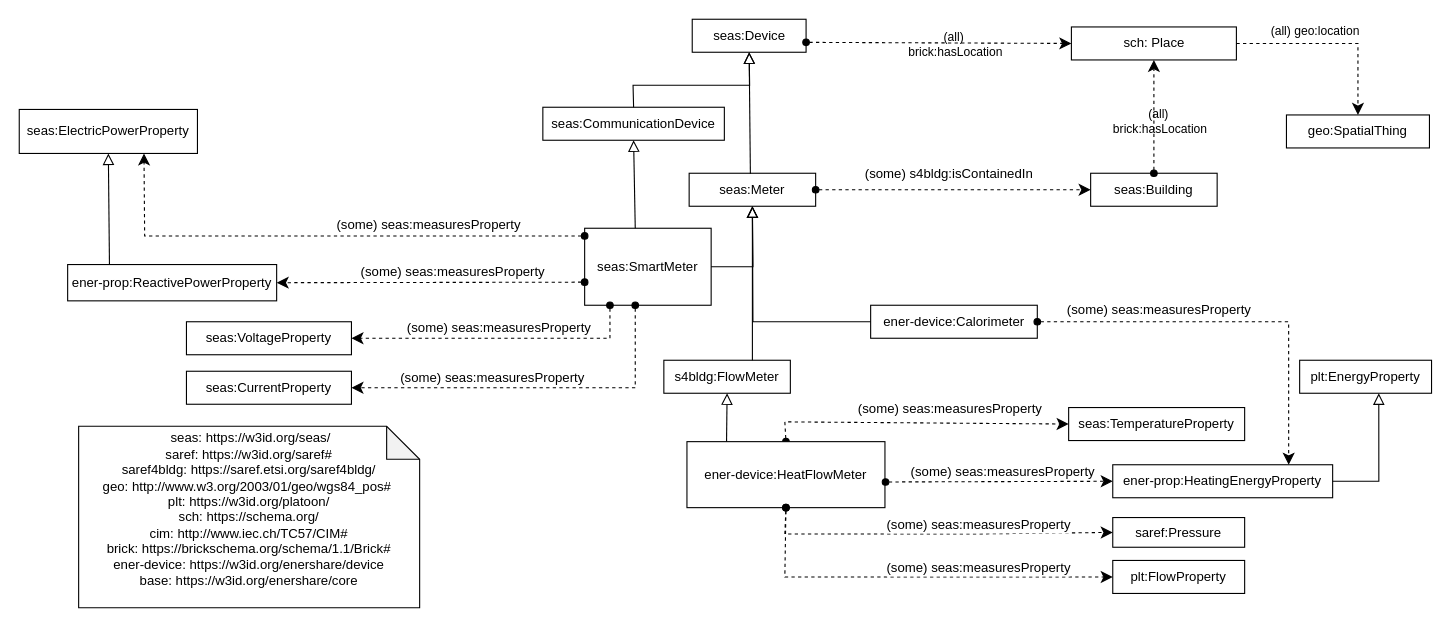
The draw.io diagram page "Meter" (1 of 10) of SDMPilotsDiagrams/Harmonized-SDM-pilot3-V1.7.drawio in EnershareProject/EnershareOntologies, before the edit. Source tidied: cells renumbered, new cells numbered last; positions are measured from the earlier drawing's top-left corner, leaving out a move shared by most shapes. Both pictures are drawn from the tidied source at 110%, with x=0, y=0 at pixel (19, 19).
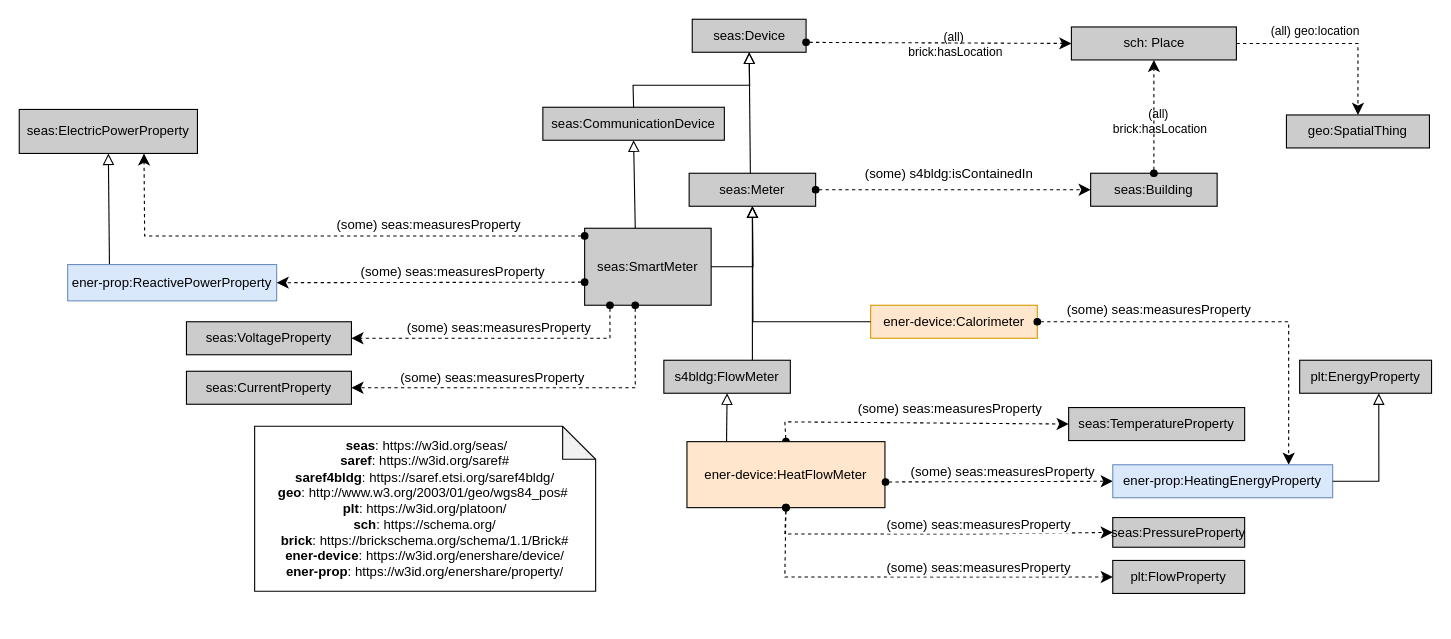
The same diagram, later.

Change to the diagram source:
```diff
@@
-    <mxCell id="2" value="seas:Device" style="rounded=0;whiteSpace=wrap;html=1;snapToPoint=1;points=[[0.1,0],[0.2,0],[0.3,0],[0.4,0],[0.5,0],[0.6,0],[0.7,0],[0.8,0],[0.9,0],[0,0.1],[0,0.3],[0,0.5],[0,0.7],[0,0.9],[0.1,1],[0.2,1],[0.3,1],[0.4,1],[0.5,1],[0.6,1],[0.7,1],[0.8,1],[0.9,1],[1,0.1],[1,0.3],[1,0.5],[1,0.7],[1,0.9]];labelBackgroundColor=none;" parent="1" vertex="1">
+    <mxCell id="2" value="seas:Device" style="rounded=0;whiteSpace=wrap;html=1;snapToPoint=1;points=[[0.1,0],[0.2,0],[0.3,0],[0.4,0],[0.5,0],[0.6,0],[0.7,0],[0.8,0],[0.9,0],[0,0.1],[0,0.3],[0,0.5],[0,0.7],[0,0.9],[0.1,1],[0.2,1],[0.3,1],[0.4,1],[0.5,1],[0.6,1],[0.7,1],[0.8,1],[0.9,1],[1,0.1],[1,0.3],[1,0.5],[1,0.7],[1,0.9]];labelBackgroundColor=none;fillColor=#CCCCCC;" parent="1" vertex="1">
       <mxGeometry x="611.8" width="103.5" height="30" as="geometry" />
     </mxCell>
-    <mxCell id="3" value="seas:Meter" style="rounded=0;whiteSpace=wrap;html=1;snapToPoint=1;points=[[0.1,0],[0.2,0],[0.3,0],[0.4,0],[0.5,0],[0.6,0],[0.7,0],[0.8,0],[0.9,0],[0,0.1],[0,0.3],[0,0.5],[0,0.7],[0,0.9],[0.1,1],[0.2,1],[0.3,1],[0.4,1],[0.5,1],[0.6,1],[0.7,1],[0.8,1],[0.9,1],[1,0.1],[1,0.3],[1,0.5],[1,0.7],[1,0.9]];labelBackgroundColor=none;" parent="1" vertex="1">
+    <mxCell id="3" value="seas:Meter" style="rounded=0;whiteSpace=wrap;html=1;snapToPoint=1;points=[[0.1,0],[0.2,0],[0.3,0],[0.4,0],[0.5,0],[0.6,0],[0.7,0],[0.8,0],[0.9,0],[0,0.1],[0,0.3],[0,0.5],[0,0.7],[0,0.9],[0.1,1],[0.2,1],[0.3,1],[0.4,1],[0.5,1],[0.6,1],[0.7,1],[0.8,1],[0.9,1],[1,0.1],[1,0.3],[1,0.5],[1,0.7],[1,0.9]];labelBackgroundColor=none;fillColor=#CCCCCC;" parent="1" vertex="1">
       <mxGeometry x="609" y="140" width="115" height="30" as="geometry" />
     </mxCell>
@@
-    <mxCell id="7" value="seas:SmartMeter" style="rounded=0;whiteSpace=wrap;html=1;snapToPoint=1;points=[[0.1,0],[0.2,0],[0.3,0],[0.4,0],[0.5,0],[0.6,0],[0.7,0],[0.8,0],[0.9,0],[0,0.1],[0,0.3],[0,0.5],[0,0.7],[0,0.9],[0.1,1],[0.2,1],[0.3,1],[0.4,1],[0.5,1],[0.6,1],[0.7,1],[0.8,1],[0.9,1],[1,0.1],[1,0.3],[1,0.5],[1,0.7],[1,0.9]];labelBackgroundColor=none;" parent="1" vertex="1">
+    <mxCell id="7" value="seas:SmartMeter" style="rounded=0;whiteSpace=wrap;html=1;snapToPoint=1;points=[[0.1,0],[0.2,0],[0.3,0],[0.4,0],[0.5,0],[0.6,0],[0.7,0],[0.8,0],[0.9,0],[0,0.1],[0,0.3],[0,0.5],[0,0.7],[0,0.9],[0.1,1],[0.2,1],[0.3,1],[0.4,1],[0.5,1],[0.6,1],[0.7,1],[0.8,1],[0.9,1],[1,0.1],[1,0.3],[1,0.5],[1,0.7],[1,0.9]];labelBackgroundColor=none;fillColor=#CCCCCC;" parent="1" vertex="1">
       <mxGeometry x="514" y="190" width="115" height="70" as="geometry" />
     </mxCell>
-    <mxCell id="8" value="seas:CommunicationDevice" style="rounded=0;whiteSpace=wrap;html=1;snapToPoint=1;points=[[0.1,0],[0.2,0],[0.3,0],[0.4,0],[0.5,0],[0.6,0],[0.7,0],[0.8,0],[0.9,0],[0,0.1],[0,0.3],[0,0.5],[0,0.7],[0,0.9],[0.1,1],[0.2,1],[0.3,1],[0.4,1],[0.5,1],[0.6,1],[0.7,1],[0.8,1],[0.9,1],[1,0.1],[1,0.3],[1,0.5],[1,0.7],[1,0.9]];labelBackgroundColor=none;" parent="1" vertex="1">
+    <mxCell id="8" value="seas:CommunicationDevice" style="rounded=0;whiteSpace=wrap;html=1;snapToPoint=1;points=[[0.1,0],[0.2,0],[0.3,0],[0.4,0],[0.5,0],[0.6,0],[0.7,0],[0.8,0],[0.9,0],[0,0.1],[0,0.3],[0,0.5],[0,0.7],[0,0.9],[0.1,1],[0.2,1],[0.3,1],[0.4,1],[0.5,1],[0.6,1],[0.7,1],[0.8,1],[0.9,1],[1,0.1],[1,0.3],[1,0.5],[1,0.7],[1,0.9]];labelBackgroundColor=none;fillColor=#CCCCCC;" parent="1" vertex="1">
       <mxGeometry x="476" y="80" width="165" height="30" as="geometry" />
     </mxCell>
@@
-    <mxCell id="11" value="s4bldg:FlowMeter" style="rounded=0;whiteSpace=wrap;html=1;snapToPoint=1;points=[[0.1,0],[0.2,0],[0.3,0],[0.4,0],[0.5,0],[0.6,0],[0.7,0],[0.8,0],[0.9,0],[0,0.1],[0,0.3],[0,0.5],[0,0.7],[0,0.9],[0.1,1],[0.2,1],[0.3,1],[0.4,1],[0.5,1],[0.6,1],[0.7,1],[0.8,1],[0.9,1],[1,0.1],[1,0.3],[1,0.5],[1,0.7],[1,0.9]];labelBackgroundColor=none;" parent="1" vertex="1">
+    <mxCell id="11" value="s4bldg:FlowMeter" style="rounded=0;whiteSpace=wrap;html=1;snapToPoint=1;points=[[0.1,0],[0.2,0],[0.3,0],[0.4,0],[0.5,0],[0.6,0],[0.7,0],[0.8,0],[0.9,0],[0,0.1],[0,0.3],[0,0.5],[0,0.7],[0,0.9],[0.1,1],[0.2,1],[0.3,1],[0.4,1],[0.5,1],[0.6,1],[0.7,1],[0.8,1],[0.9,1],[1,0.1],[1,0.3],[1,0.5],[1,0.7],[1,0.9]];labelBackgroundColor=none;fillColor=#CCCCCC;" parent="1" vertex="1">
       <mxGeometry x="586" y="310" width="115" height="30" as="geometry" />
     </mxCell>
@@
-    <mxCell id="14" value="ener-device:HeatFlowMeter" style="rounded=0;whiteSpace=wrap;html=1;snapToPoint=1;points=[[0.1,0],[0.2,0],[0.3,0],[0.4,0],[0.5,0],[0.6,0],[0.7,0],[0.8,0],[0.9,0],[0,0.1],[0,0.3],[0,0.5],[0,0.7],[0,0.9],[0.1,1],[0.2,1],[0.3,1],[0.4,1],[0.5,1],[0.6,1],[0.7,1],[0.8,1],[0.9,1],[1,0.1],[1,0.3],[1,0.5],[1,0.7],[1,0.9]];" parent="1" vertex="1">
+    <mxCell id="14" value="ener-device:HeatFlowMeter" style="rounded=0;whiteSpace=wrap;html=1;snapToPoint=1;points=[[0.1,0],[0.2,0],[0.3,0],[0.4,0],[0.5,0],[0.6,0],[0.7,0],[0.8,0],[0.9,0],[0,0.1],[0,0.3],[0,0.5],[0,0.7],[0,0.9],[0.1,1],[0.2,1],[0.3,1],[0.4,1],[0.5,1],[0.6,1],[0.7,1],[0.8,1],[0.9,1],[1,0.1],[1,0.3],[1,0.5],[1,0.7],[1,0.9]];fillColor=#FFE6CC;" parent="1" vertex="1">
       <mxGeometry x="607" y="384" width="180" height="60" as="geometry" />
     </mxCell>
-    <mxCell id="15" value="seas:TemperatureProperty" style="rounded=0;whiteSpace=wrap;html=1;snapToPoint=1;points=[[0.1,0],[0.2,0],[0.3,0],[0.4,0],[0.5,0],[0.6,0],[0.7,0],[0.8,0],[0.9,0],[0,0.1],[0,0.3],[0,0.5],[0,0.7],[0,0.9],[0.1,1],[0.2,1],[0.3,1],[0.4,1],[0.5,1],[0.6,1],[0.7,1],[0.8,1],[0.9,1],[1,0.1],[1,0.3],[1,0.5],[1,0.7],[1,0.9]];labelBackgroundColor=none;" parent="1" vertex="1">
+    <mxCell id="15" value="seas:TemperatureProperty" style="rounded=0;whiteSpace=wrap;html=1;snapToPoint=1;points=[[0.1,0],[0.2,0],[0.3,0],[0.4,0],[0.5,0],[0.6,0],[0.7,0],[0.8,0],[0.9,0],[0,0.1],[0,0.3],[0,0.5],[0,0.7],[0,0.9],[0.1,1],[0.2,1],[0.3,1],[0.4,1],[0.5,1],[0.6,1],[0.7,1],[0.8,1],[0.9,1],[1,0.1],[1,0.3],[1,0.5],[1,0.7],[1,0.9]];labelBackgroundColor=none;fillColor=#CCCCCC;" parent="1" vertex="1">
       <mxGeometry x="954" y="353" width="160" height="30" as="geometry" />
     </mxCell>
-    <mxCell id="16" value="plt:EnergyProperty" style="rounded=0;whiteSpace=wrap;html=1;snapToPoint=1;points=[[0.1,0],[0.2,0],[0.3,0],[0.4,0],[0.5,0],[0.6,0],[0.7,0],[0.8,0],[0.9,0],[0,0.1],[0,0.3],[0,0.5],[0,0.7],[0,0.9],[0.1,1],[0.2,1],[0.3,1],[0.4,1],[0.5,1],[0.6,1],[0.7,1],[0.8,1],[0.9,1],[1,0.1],[1,0.3],[1,0.5],[1,0.7],[1,0.9]];labelBackgroundColor=none;" parent="1" vertex="1">
+    <mxCell id="16" value="plt:EnergyProperty" style="rounded=0;whiteSpace=wrap;html=1;snapToPoint=1;points=[[0.1,0],[0.2,0],[0.3,0],[0.4,0],[0.5,0],[0.6,0],[0.7,0],[0.8,0],[0.9,0],[0,0.1],[0,0.3],[0,0.5],[0,0.7],[0,0.9],[0.1,1],[0.2,1],[0.3,1],[0.4,1],[0.5,1],[0.6,1],[0.7,1],[0.8,1],[0.9,1],[1,0.1],[1,0.3],[1,0.5],[1,0.7],[1,0.9]];labelBackgroundColor=none;fillColor=#CCCCCC;" parent="1" vertex="1">
       <mxGeometry x="1164" y="310" width="119.9" height="30" as="geometry" />
     </mxCell>
-    <mxCell id="17" value="saref:Pressure" style="rounded=0;whiteSpace=wrap;html=1;snapToPoint=1;points=[[0.1,0],[0.2,0],[0.3,0],[0.4,0],[0.5,0],[0.6,0],[0.7,0],[0.8,0],[0.9,0],[0,0.1],[0,0.3],[0,0.5],[0,0.7],[0,0.9],[0.1,1],[0.2,1],[0.3,1],[0.4,1],[0.5,1],[0.6,1],[0.7,1],[0.8,1],[0.9,1],[1,0.1],[1,0.3],[1,0.5],[1,0.7],[1,0.9]];" parent="1" vertex="1">
+    <mxCell id="17" value="seas:PressureProperty" style="rounded=0;whiteSpace=wrap;html=1;snapToPoint=1;points=[[0.1,0],[0.2,0],[0.3,0],[0.4,0],[0.5,0],[0.6,0],[0.7,0],[0.8,0],[0.9,0],[0,0.1],[0,0.3],[0,0.5],[0,0.7],[0,0.9],[0.1,1],[0.2,1],[0.3,1],[0.4,1],[0.5,1],[0.6,1],[0.7,1],[0.8,1],[0.9,1],[1,0.1],[1,0.3],[1,0.5],[1,0.7],[1,0.9]];fillColor=#CCCCCC;" parent="1" vertex="1">
       <mxGeometry x="994.1" y="453" width="119.9" height="27" as="geometry" />
     </mxCell>
@@
-    <mxCell id="22" value="seas:ElectricPowerProperty" style="rounded=0;whiteSpace=wrap;html=1;snapToPoint=1;points=[[0.1,0],[0.2,0],[0.3,0],[0.4,0],[0.5,0],[0.6,0],[0.7,0],[0.8,0],[0.9,0],[0,0.1],[0,0.3],[0,0.5],[0,0.7],[0,0.9],[0.1,1],[0.2,1],[0.3,1],[0.4,1],[0.5,1],[0.6,1],[0.7,1],[0.8,1],[0.9,1],[1,0.1],[1,0.3],[1,0.5],[1,0.7],[1,0.9]];labelBackgroundColor=none;" parent="1" vertex="1">
+    <mxCell id="22" value="seas:ElectricPowerProperty" style="rounded=0;whiteSpace=wrap;html=1;snapToPoint=1;points=[[0.1,0],[0.2,0],[0.3,0],[0.4,0],[0.5,0],[0.6,0],[0.7,0],[0.8,0],[0.9,0],[0,0.1],[0,0.3],[0,0.5],[0,0.7],[0,0.9],[0.1,1],[0.2,1],[0.3,1],[0.4,1],[0.5,1],[0.6,1],[0.7,1],[0.8,1],[0.9,1],[1,0.1],[1,0.3],[1,0.5],[1,0.7],[1,0.9]];labelBackgroundColor=none;fillColor=#CCCCCC;" parent="1" vertex="1">
       <mxGeometry y="82" width="162" height="40" as="geometry" />
     </mxCell>
-    <mxCell id="23" value="seas:VoltageProperty" style="rounded=0;whiteSpace=wrap;html=1;snapToPoint=1;points=[[0.1,0],[0.2,0],[0.3,0],[0.4,0],[0.5,0],[0.6,0],[0.7,0],[0.8,0],[0.9,0],[0,0.1],[0,0.3],[0,0.5],[0,0.7],[0,0.9],[0.1,1],[0.2,1],[0.3,1],[0.4,1],[0.5,1],[0.6,1],[0.7,1],[0.8,1],[0.9,1],[1,0.1],[1,0.3],[1,0.5],[1,0.7],[1,0.9]];labelBackgroundColor=none;" parent="1" vertex="1">
+    <mxCell id="23" value="seas:VoltageProperty" style="rounded=0;whiteSpace=wrap;html=1;snapToPoint=1;points=[[0.1,0],[0.2,0],[0.3,0],[0.4,0],[0.5,0],[0.6,0],[0.7,0],[0.8,0],[0.9,0],[0,0.1],[0,0.3],[0,0.5],[0,0.7],[0,0.9],[0.1,1],[0.2,1],[0.3,1],[0.4,1],[0.5,1],[0.6,1],[0.7,1],[0.8,1],[0.9,1],[1,0.1],[1,0.3],[1,0.5],[1,0.7],[1,0.9]];labelBackgroundColor=none;fillColor=#CCCCCC;" parent="1" vertex="1">
       <mxGeometry x="152" y="275" width="150" height="30" as="geometry" />
     </mxCell>
-    <mxCell id="24" value="seas:CurrentProperty" style="rounded=0;whiteSpace=wrap;html=1;snapToPoint=1;points=[[0.1,0],[0.2,0],[0.3,0],[0.4,0],[0.5,0],[0.6,0],[0.7,0],[0.8,0],[0.9,0],[0,0.1],[0,0.3],[0,0.5],[0,0.7],[0,0.9],[0.1,1],[0.2,1],[0.3,1],[0.4,1],[0.5,1],[0.6,1],[0.7,1],[0.8,1],[0.9,1],[1,0.1],[1,0.3],[1,0.5],[1,0.7],[1,0.9]];labelBackgroundColor=none;" parent="1" vertex="1">
+    <mxCell id="24" value="seas:CurrentProperty" style="rounded=0;whiteSpace=wrap;html=1;snapToPoint=1;points=[[0.1,0],[0.2,0],[0.3,0],[0.4,0],[0.5,0],[0.6,0],[0.7,0],[0.8,0],[0.9,0],[0,0.1],[0,0.3],[0,0.5],[0,0.7],[0,0.9],[0.1,1],[0.2,1],[0.3,1],[0.4,1],[0.5,1],[0.6,1],[0.7,1],[0.8,1],[0.9,1],[1,0.1],[1,0.3],[1,0.5],[1,0.7],[1,0.9]];labelBackgroundColor=none;fillColor=#CCCCCC;" parent="1" vertex="1">
       <mxGeometry x="152" y="320" width="150" height="30" as="geometry" />
     </mxCell>
@@
-    <mxCell id="32" value="ener-prop:ReactivePowerProperty" style="rounded=0;whiteSpace=wrap;html=1;snapToPoint=1;points=[[0.1,0],[0.2,0],[0.3,0],[0.4,0],[0.5,0],[0.6,0],[0.7,0],[0.8,0],[0.9,0],[0,0.1],[0,0.3],[0,0.5],[0,0.7],[0,0.9],[0.1,1],[0.2,1],[0.3,1],[0.4,1],[0.5,1],[0.6,1],[0.7,1],[0.8,1],[0.9,1],[1,0.1],[1,0.3],[1,0.5],[1,0.7],[1,0.9]];labelBackgroundColor=none;" parent="1" vertex="1">
+    <mxCell id="32" value="ener-prop:ReactivePowerProperty" style="rounded=0;whiteSpace=wrap;html=1;snapToPoint=1;points=[[0.1,0],[0.2,0],[0.3,0],[0.4,0],[0.5,0],[0.6,0],[0.7,0],[0.8,0],[0.9,0],[0,0.1],[0,0.3],[0,0.5],[0,0.7],[0,0.9],[0.1,1],[0.2,1],[0.3,1],[0.4,1],[0.5,1],[0.6,1],[0.7,1],[0.8,1],[0.9,1],[1,0.1],[1,0.3],[1,0.5],[1,0.7],[1,0.9]];labelBackgroundColor=none;fillColor=#dae8fc;strokeColor=#6c8ebf;" parent="1" vertex="1">
       <mxGeometry x="44" y="223" width="190" height="33" as="geometry" />
     </mxCell>
@@
-    <mxCell id="35" value="ener-device:Calorimeter" style="rounded=0;whiteSpace=wrap;html=1;snapToPoint=1;points=[[0.1,0],[0.2,0],[0.3,0],[0.4,0],[0.5,0],[0.6,0],[0.7,0],[0.8,0],[0.9,0],[0,0.1],[0,0.3],[0,0.5],[0,0.7],[0,0.9],[0.1,1],[0.2,1],[0.3,1],[0.4,1],[0.5,1],[0.6,1],[0.7,1],[0.8,1],[0.9,1],[1,0.1],[1,0.3],[1,0.5],[1,0.7],[1,0.9]];labelBackgroundColor=none;" parent="1" vertex="1">
+    <mxCell id="35" value="ener-device:Calorimeter" style="rounded=0;whiteSpace=wrap;html=1;snapToPoint=1;points=[[0.1,0],[0.2,0],[0.3,0],[0.4,0],[0.5,0],[0.6,0],[0.7,0],[0.8,0],[0.9,0],[0,0.1],[0,0.3],[0,0.5],[0,0.7],[0,0.9],[0.1,1],[0.2,1],[0.3,1],[0.4,1],[0.5,1],[0.6,1],[0.7,1],[0.8,1],[0.9,1],[1,0.1],[1,0.3],[1,0.5],[1,0.7],[1,0.9]];labelBackgroundColor=none;fillColor=#ffe6cc;strokeColor=#d79b00;" parent="1" vertex="1">
       <mxGeometry x="774" y="260" width="151.5" height="30" as="geometry" />
     </mxCell>
@@
-    <mxCell id="39" value="plt:FlowProperty" style="rounded=0;whiteSpace=wrap;html=1;snapToPoint=1;points=[[0.1,0],[0.2,0],[0.3,0],[0.4,0],[0.5,0],[0.6,0],[0.7,0],[0.8,0],[0.9,0],[0,0.1],[0,0.3],[0,0.5],[0,0.7],[0,0.9],[0.1,1],[0.2,1],[0.3,1],[0.4,1],[0.5,1],[0.6,1],[0.7,1],[0.8,1],[0.9,1],[1,0.1],[1,0.3],[1,0.5],[1,0.7],[1,0.9]];" parent="1" vertex="1">
+    <mxCell id="39" value="plt:FlowProperty" style="rounded=0;whiteSpace=wrap;html=1;snapToPoint=1;points=[[0.1,0],[0.2,0],[0.3,0],[0.4,0],[0.5,0],[0.6,0],[0.7,0],[0.8,0],[0.9,0],[0,0.1],[0,0.3],[0,0.5],[0,0.7],[0,0.9],[0.1,1],[0.2,1],[0.3,1],[0.4,1],[0.5,1],[0.6,1],[0.7,1],[0.8,1],[0.9,1],[1,0.1],[1,0.3],[1,0.5],[1,0.7],[1,0.9]];fillColor=#CCCCCC;" parent="1" vertex="1">
       <mxGeometry x="994.1" y="492" width="119.9" height="30" as="geometry" />
     </mxCell>
@@
-    <mxCell id="43" value="ener-prop:HeatingEnergyProperty" style="rounded=0;whiteSpace=wrap;html=1;snapToPoint=1;points=[[0.1,0],[0.2,0],[0.3,0],[0.4,0],[0.5,0],[0.6,0],[0.7,0],[0.8,0],[0.9,0],[0,0.1],[0,0.3],[0,0.5],[0,0.7],[0,0.9],[0.1,1],[0.2,1],[0.3,1],[0.4,1],[0.5,1],[0.6,1],[0.7,1],[0.8,1],[0.9,1],[1,0.1],[1,0.3],[1,0.5],[1,0.7],[1,0.9]];" parent="1" vertex="1">
+    <mxCell id="43" value="ener-prop:HeatingEnergyProperty" style="rounded=0;whiteSpace=wrap;html=1;snapToPoint=1;points=[[0.1,0],[0.2,0],[0.3,0],[0.4,0],[0.5,0],[0.6,0],[0.7,0],[0.8,0],[0.9,0],[0,0.1],[0,0.3],[0,0.5],[0,0.7],[0,0.9],[0.1,1],[0.2,1],[0.3,1],[0.4,1],[0.5,1],[0.6,1],[0.7,1],[0.8,1],[0.9,1],[1,0.1],[1,0.3],[1,0.5],[1,0.7],[1,0.9]];fillColor=#dae8fc;strokeColor=#6c8ebf;" parent="1" vertex="1">
       <mxGeometry x="994.1" y="405" width="199.9" height="30" as="geometry" />
     </mxCell>
@@
-    <mxCell id="45" value="&lt;div&gt;&lt;/div&gt;&lt;div style=&quot;&quot;&gt;&lt;div style=&quot;border-color: var(--border-color);&quot;&gt;&lt;br&gt;&lt;/div&gt;&lt;div style=&quot;border-color: var(--border-color);&quot;&gt;&amp;nbsp;seas: https://w3id.org/seas/&lt;br style=&quot;border-color: var(--border-color);&quot;&gt;&lt;/div&gt;&lt;div style=&quot;border-color: var(--border-color);&quot;&gt;&lt;span style=&quot;border-color: var(--border-color); background-color: initial;&quot;&gt;saref: https://w3id.org/saref#&lt;/span&gt;&lt;/div&gt;&lt;div style=&quot;border-color: var(--border-color);&quot;&gt;&lt;span style=&quot;border-color: var(--border-color); background-color: initial;&quot;&gt;saref4bldg: https://saref.etsi.org/saref4bldg/&lt;/span&gt;&lt;/div&gt;&lt;div style=&quot;border-color: var(--border-color);&quot;&gt;&lt;span style=&quot;border-color: var(--border-color); background-color: initial;&quot;&gt;geo: http://www.w3.org/2003/01/geo/wgs84_pos#&amp;nbsp;&lt;br style=&quot;border-color: var(--border-color);&quot;&gt;&lt;/span&gt;&lt;/div&gt;&lt;div style=&quot;border-color: var(--border-color);&quot;&gt;&lt;span style=&quot;background-color: initial;&quot;&gt;plt: https://w3id.org/platoon/&lt;/span&gt;&lt;br&gt;&lt;/div&gt;&lt;div style=&quot;border-color: var(--border-color);&quot;&gt;&lt;div style=&quot;border-color: var(--border-color);&quot;&gt;&lt;div style=&quot;border-color: var(--border-color);&quot;&gt;sch: https://schema.org/&lt;/div&gt;&lt;div&gt;cim: http://www.iec.ch/TC57/CIM#&lt;br&gt;&lt;/div&gt;&lt;/div&gt;&lt;/div&gt;&lt;div style=&quot;border-color: var(--border-color);&quot;&gt;&lt;span style=&quot;background-color: initial;&quot;&gt;brick: https://brickschema.org/schema/1.1/Brick#&lt;br&gt;&lt;/span&gt;&lt;/div&gt;&lt;div style=&quot;border-color: var(--border-color);&quot;&gt;&lt;span style=&quot;background-color: initial;&quot;&gt;ener-device:&amp;nbsp;https://w3id.org/enershare/device&lt;/span&gt;&lt;br&gt;&lt;/div&gt;&lt;/div&gt;&lt;div style=&quot;&quot;&gt;&lt;div style=&quot;border-color: var(--border-color);&quot;&gt;&lt;div style=&quot;border-color: var(--border-color);&quot;&gt;&lt;span style=&quot;background-color: initial;&quot;&gt;base:&amp;nbsp;https://w3id.org/enershare/core&lt;/span&gt;&lt;br&gt;&lt;/div&gt;&lt;div style=&quot;border-color: var(--border-color);&quot;&gt;&lt;div style=&quot;border-color: var(--border-color);&quot;&gt;&lt;/div&gt;&lt;/div&gt;&lt;div&gt;&lt;br&gt;&lt;br&gt;&lt;/div&gt;&lt;/div&gt;&lt;div style=&quot;border-color: var(--border-color);&quot;&gt;&lt;/div&gt;&lt;/div&gt;" style="shape=note;whiteSpace=wrap;html=1;backgroundOutline=1;darkOpacity=0.05;" parent="1" vertex="1">
-      <mxGeometry x="54" y="370" width="310" height="165" as="geometry" />
+    <mxCell id="45" value="&lt;div&gt;&lt;/div&gt;&lt;div style=&quot;&quot;&gt;&lt;div style=&quot;border-color: var(--border-color);&quot;&gt;&lt;br&gt;&lt;/div&gt;&lt;div style=&quot;border-color: var(--border-color);&quot;&gt;&amp;nbsp;&lt;b&gt;seas&lt;/b&gt;: https://w3id.org/seas/&lt;br style=&quot;border-color: var(--border-color);&quot;&gt;&lt;/div&gt;&lt;div style=&quot;border-color: var(--border-color);&quot;&gt;&lt;span style=&quot;border-color: var(--border-color); background-color: initial;&quot;&gt;&lt;b&gt;saref&lt;/b&gt;: https://w3id.org/saref#&lt;/span&gt;&lt;/div&gt;&lt;div style=&quot;border-color: var(--border-color);&quot;&gt;&lt;span style=&quot;border-color: var(--border-color); background-color: initial;&quot;&gt;&lt;b&gt;saref4bldg&lt;/b&gt;: https://saref.etsi.org/saref4bldg/&lt;/span&gt;&lt;/div&gt;&lt;div style=&quot;border-color: var(--border-color);&quot;&gt;&lt;span style=&quot;border-color: var(--border-color); background-color: initial;&quot;&gt;&lt;b&gt;geo&lt;/b&gt;: http://www.w3.org/2003/01/geo/wgs84_pos#&amp;nbsp;&lt;br style=&quot;border-color: var(--border-color);&quot;&gt;&lt;/span&gt;&lt;/div&gt;&lt;div style=&quot;border-color: var(--border-color);&quot;&gt;&lt;span style=&quot;background-color: initial;&quot;&gt;&lt;b&gt;plt&lt;/b&gt;: https://w3id.org/platoon/&lt;/span&gt;&lt;br&gt;&lt;/div&gt;&lt;div style=&quot;border-color: var(--border-color);&quot;&gt;&lt;div style=&quot;border-color: var(--border-color);&quot;&gt;&lt;div style=&quot;border-color: var(--border-color);&quot;&gt;&lt;b&gt;sch&lt;/b&gt;: https://schema.org/&lt;/div&gt;&lt;/div&gt;&lt;/div&gt;&lt;div style=&quot;border-color: var(--border-color);&quot;&gt;&lt;span style=&quot;background-color: initial;&quot;&gt;&lt;b&gt;brick&lt;/b&gt;: https://brickschema.org/schema/1.1/Brick#&lt;br&gt;&lt;/span&gt;&lt;/div&gt;&lt;div style=&quot;border-color: var(--border-color);&quot;&gt;&lt;span style=&quot;background-color: initial;&quot;&gt;&lt;b&gt;ener-device&lt;/b&gt;:&amp;nbsp;https://w3id.org/enershare/device/&lt;/span&gt;&lt;br&gt;&lt;/div&gt;&lt;div style=&quot;border-color: var(--border-color);&quot;&gt;&lt;b&gt;ener-prop&lt;/b&gt;:&amp;nbsp;https://w3id.org/enershare/property/&lt;/div&gt;&lt;/div&gt;&lt;div style=&quot;&quot;&gt;&lt;div style=&quot;border-color: var(--border-color);&quot;&gt;&lt;div&gt;&lt;br&gt;&lt;/div&gt;&lt;/div&gt;&lt;div style=&quot;border-color: var(--border-color);&quot;&gt;&lt;/div&gt;&lt;/div&gt;" style="shape=note;whiteSpace=wrap;html=1;backgroundOutline=1;darkOpacity=0.05;" parent="1" vertex="1">
+      <mxGeometry x="214" y="370" width="310" height="150" as="geometry" />
     </mxCell>
-    <mxCell id="46" value="seas:Building" style="rounded=0;whiteSpace=wrap;html=1;snapToPoint=1;points=[[0.1,0],[0.2,0],[0.3,0],[0.4,0],[0.5,0],[0.6,0],[0.7,0],[0.8,0],[0.9,0],[0,0.1],[0,0.3],[0,0.5],[0,0.7],[0,0.9],[0.1,1],[0.2,1],[0.3,1],[0.4,1],[0.5,1],[0.6,1],[0.7,1],[0.8,1],[0.9,1],[1,0.1],[1,0.3],[1,0.5],[1,0.7],[1,0.9]];labelBackgroundColor=none;" parent="1" vertex="1">
+    <mxCell id="46" value="seas:Building" style="rounded=0;whiteSpace=wrap;html=1;snapToPoint=1;points=[[0.1,0],[0.2,0],[0.3,0],[0.4,0],[0.5,0],[0.6,0],[0.7,0],[0.8,0],[0.9,0],[0,0.1],[0,0.3],[0,0.5],[0,0.7],[0,0.9],[0.1,1],[0.2,1],[0.3,1],[0.4,1],[0.5,1],[0.6,1],[0.7,1],[0.8,1],[0.9,1],[1,0.1],[1,0.3],[1,0.5],[1,0.7],[1,0.9]];labelBackgroundColor=none;fillColor=#CCCCCC;" parent="1" vertex="1">
       <mxGeometry x="974" y="140" width="115" height="30" as="geometry" />
     </mxCell>
@@
-    <mxCell id="49" value="sch: Place" style="rounded=0;whiteSpace=wrap;html=1;snapToPoint=1;points=[[0.1,0],[0.2,0],[0.3,0],[0.4,0],[0.5,0],[0.6,0],[0.7,0],[0.8,0],[0.9,0],[0,0.1],[0,0.3],[0,0.5],[0,0.7],[0,0.9],[0.1,1],[0.2,1],[0.3,1],[0.4,1],[0.5,1],[0.6,1],[0.7,1],[0.8,1],[0.9,1],[1,0.1],[1,0.3],[1,0.5],[1,0.7],[1,0.9]];labelBackgroundColor=none;" parent="1" vertex="1">
+    <mxCell id="49" value="sch: Place" style="rounded=0;whiteSpace=wrap;html=1;snapToPoint=1;points=[[0.1,0],[0.2,0],[0.3,0],[0.4,0],[0.5,0],[0.6,0],[0.7,0],[0.8,0],[0.9,0],[0,0.1],[0,0.3],[0,0.5],[0,0.7],[0,0.9],[0.1,1],[0.2,1],[0.3,1],[0.4,1],[0.5,1],[0.6,1],[0.7,1],[0.8,1],[0.9,1],[1,0.1],[1,0.3],[1,0.5],[1,0.7],[1,0.9]];labelBackgroundColor=none;fillColor=#CCCCCC;" parent="1" vertex="1">
       <mxGeometry x="956.5" y="7" width="150" height="30" as="geometry" />
     </mxCell>
@@
-    <mxCell id="54" value="geo:SpatialThing" style="rounded=0;whiteSpace=wrap;html=1;snapToPoint=1;points=[[0.1,0],[0.2,0],[0.3,0],[0.4,0],[0.5,0],[0.6,0],[0.7,0],[0.8,0],[0.9,0],[0,0.1],[0,0.3],[0,0.5],[0,0.7],[0,0.9],[0.1,1],[0.2,1],[0.3,1],[0.4,1],[0.5,1],[0.6,1],[0.7,1],[0.8,1],[0.9,1],[1,0.1],[1,0.3],[1,0.5],[1,0.7],[1,0.9]];" parent="1" vertex="1">
+    <mxCell id="54" value="geo:SpatialThing" style="rounded=0;whiteSpace=wrap;html=1;snapToPoint=1;points=[[0.1,0],[0.2,0],[0.3,0],[0.4,0],[0.5,0],[0.6,0],[0.7,0],[0.8,0],[0.9,0],[0,0.1],[0,0.3],[0,0.5],[0,0.7],[0,0.9],[0.1,1],[0.2,1],[0.3,1],[0.4,1],[0.5,1],[0.6,1],[0.7,1],[0.8,1],[0.9,1],[1,0.1],[1,0.3],[1,0.5],[1,0.7],[1,0.9]];fillColor=#CCCCCC;" parent="1" vertex="1">
       <mxGeometry x="1152" y="87" width="130" height="30" as="geometry" />
     </mxCell>
```
